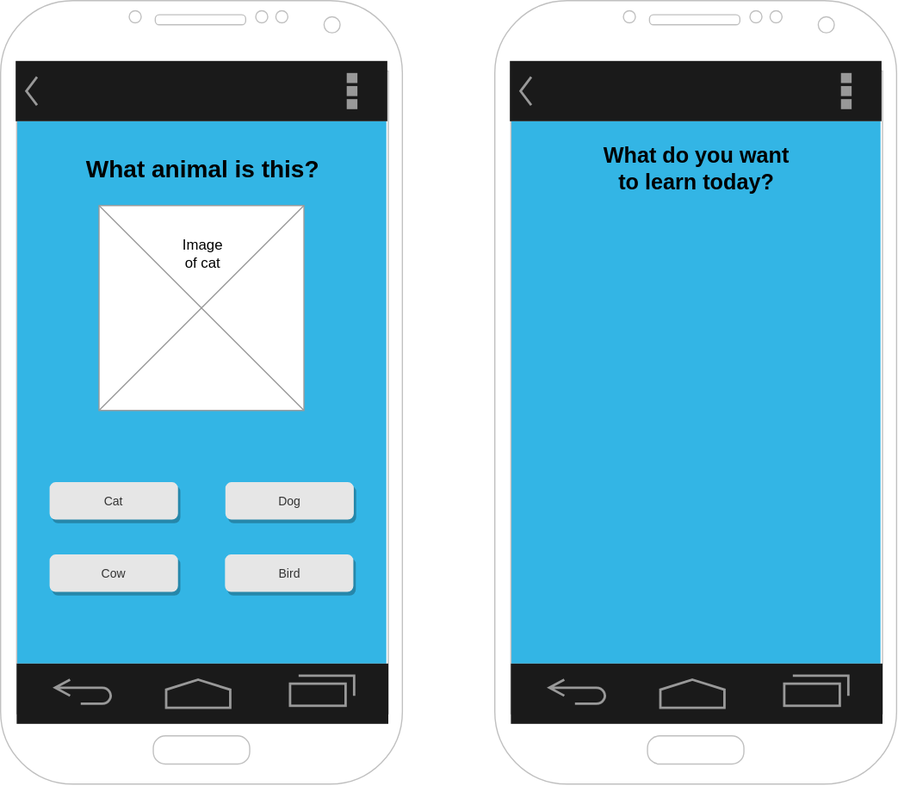
Before: Mock up.svg, a diagram exported from draw.io (Austin-Earl-Private/ChildrenLearningApp). Source tidied: cells renumbered, new cells last; positions are measured from the earlier drawing's top-left corner, leaving out a move shared by most shapes. Its diagram source:
```xml
<mxGraphModel>
  <root>
    <mxCell id="0" />
    <mxCell id="1" parent="0" />
    <mxCell id="2" style="group;" parent="1" vertex="1">
      <mxGeometry width="333.3" height="650" as="geometry" />
    </mxCell>
    <mxCell id="3" style="verticalLabelPosition=bottom;verticalAlign=top;html=1;shadow=0;dashed=0;strokeWidth=1;strokeColor=none;shape=rect;fillColor=#33b5e5;" parent="2" vertex="1">
      <mxGeometry x="12.5" y="100" width="307.5" height="450" as="geometry" />
    </mxCell>
    <mxCell id="4" style="verticalLabelPosition=bottom;verticalAlign=top;html=1;shadow=0;dashed=0;strokeWidth=1;shape=mxgraph.android.phone2;strokeColor=#c0c0c0;" parent="2" vertex="1">
      <mxGeometry width="333.3" height="650" as="geometry" />
    </mxCell>
    <mxCell id="5" style="strokeWidth=1;html=1;shadow=0;dashed=0;shape=mxgraph.android.action_bar;fillColor=#1A1A1A;strokeColor=#c0c0c0;strokeWidth=2;fontColor=#FFFFFF;" parent="2" vertex="1">
      <mxGeometry x="12.5" y="50" width="308.3" height="50" as="geometry" />
    </mxCell>
    <mxCell id="6" style="verticalLabelPosition=bottom;verticalAlign=top;html=1;shadow=0;dashed=0;strokeWidth=2;shape=mxgraph.android.navigation_bar_1;fillColor=#1A1A1A;strokeColor=#999999;" parent="2" vertex="1">
      <mxGeometry x="13.3" y="550" width="308.3" height="50" as="geometry" />
    </mxCell>
    <mxCell id="7" value="Cat" style="rounded=1;html=1;shadow=1;dashed=0;whiteSpace=wrap;fontSize=10;fillColor=#E6E6E6;align=center;strokeColor=#E6E6E6;fontColor=#333333;" parent="2" vertex="1">
      <mxGeometry x="41.2" y="400" width="105.5" height="30" as="geometry" />
    </mxCell>
    <mxCell id="8" style="verticalLabelPosition=bottom;shadow=0;dashed=0;align=center;html=1;verticalAlign=top;strokeWidth=1;shape=mxgraph.mockup.graphics.simpleIcon;strokeColor=#999999;" parent="2" vertex="1">
      <mxGeometry x="81.7" y="170" width="170" height="170" as="geometry" />
    </mxCell>
    <mxCell id="9" value="Image of cat&lt;br&gt;" style="text;html=1;strokeColor=none;fillColor=none;align=center;verticalAlign=middle;whiteSpace=wrap;rounded=0;" parent="2" vertex="1">
      <mxGeometry x="147.5" y="200" width="40" height="20" as="geometry" />
    </mxCell>
    <mxCell id="10" value="&lt;h2&gt;&lt;b&gt;&lt;font style=&quot;font-size: 20px&quot;&gt;What animal is this?&lt;/font&gt;&lt;/b&gt;&lt;/h2&gt;" style="text;html=1;strokeColor=none;fillColor=none;align=center;verticalAlign=middle;whiteSpace=wrap;rounded=0;" parent="2" vertex="1">
      <mxGeometry x="42.5" y="130" width="250" height="20" as="geometry" />
    </mxCell>
    <mxCell id="11" value="Dog" style="rounded=1;html=1;shadow=1;dashed=0;whiteSpace=wrap;fontSize=10;fillColor=#E6E6E6;align=center;strokeColor=#E6E6E6;fontColor=#333333;" parent="2" vertex="1">
      <mxGeometry x="187" y="400" width="105.5" height="30" as="geometry" />
    </mxCell>
    <mxCell id="12" value="Cow" style="rounded=1;html=1;shadow=1;dashed=0;whiteSpace=wrap;fontSize=10;fillColor=#E6E6E6;align=center;strokeColor=#E6E6E6;fontColor=#333333;" parent="2" vertex="1">
      <mxGeometry x="41.2" y="460" width="105.5" height="30" as="geometry" />
    </mxCell>
    <mxCell id="13" value="Bird" style="rounded=1;html=1;shadow=1;dashed=0;whiteSpace=wrap;fontSize=10;fillColor=#E6E6E6;align=center;strokeColor=#E6E6E6;fontColor=#333333;" parent="2" vertex="1">
      <mxGeometry x="186.7" y="460" width="105.5" height="30" as="geometry" />
    </mxCell>
    <mxCell id="14" style="group;" parent="1" vertex="1">
      <mxGeometry x="410" width="333.3" height="650" as="geometry" />
    </mxCell>
    <mxCell id="15" style="verticalLabelPosition=bottom;verticalAlign=top;html=1;shadow=0;dashed=0;strokeWidth=1;strokeColor=none;shape=rect;fillColor=#33b5e5;" parent="14" vertex="1">
      <mxGeometry x="12.5" y="100" width="307.5" height="450" as="geometry" />
    </mxCell>
    <mxCell id="16" style="verticalLabelPosition=bottom;verticalAlign=top;html=1;shadow=0;dashed=0;strokeWidth=1;shape=mxgraph.android.phone2;strokeColor=#c0c0c0;" parent="14" vertex="1">
      <mxGeometry width="333.3" height="650" as="geometry" />
    </mxCell>
    <mxCell id="17" style="strokeWidth=1;html=1;shadow=0;dashed=0;shape=mxgraph.android.action_bar;fillColor=#1A1A1A;strokeColor=#c0c0c0;strokeWidth=2;fontColor=#FFFFFF;" parent="14" vertex="1">
      <mxGeometry x="12.5" y="50" width="308.3" height="50" as="geometry" />
    </mxCell>
    <mxCell id="18" style="verticalLabelPosition=bottom;verticalAlign=top;html=1;shadow=0;dashed=0;strokeWidth=2;shape=mxgraph.android.navigation_bar_1;fillColor=#1A1A1A;strokeColor=#999999;" parent="14" vertex="1">
      <mxGeometry x="13.3" y="550" width="308.3" height="50" as="geometry" />
    </mxCell>
    <mxCell id="19" value="&lt;h2&gt;&lt;b&gt;What do you want to learn today?&lt;/b&gt;&lt;/h2&gt;" style="text;html=1;strokeColor=none;fillColor=none;align=center;verticalAlign=middle;whiteSpace=wrap;rounded=0;shadow=1;" parent="14" vertex="1">
      <mxGeometry x="86.2" y="130" width="162.5" height="20" as="geometry" />
    </mxCell>
  </root>
</mxGraphModel>
```
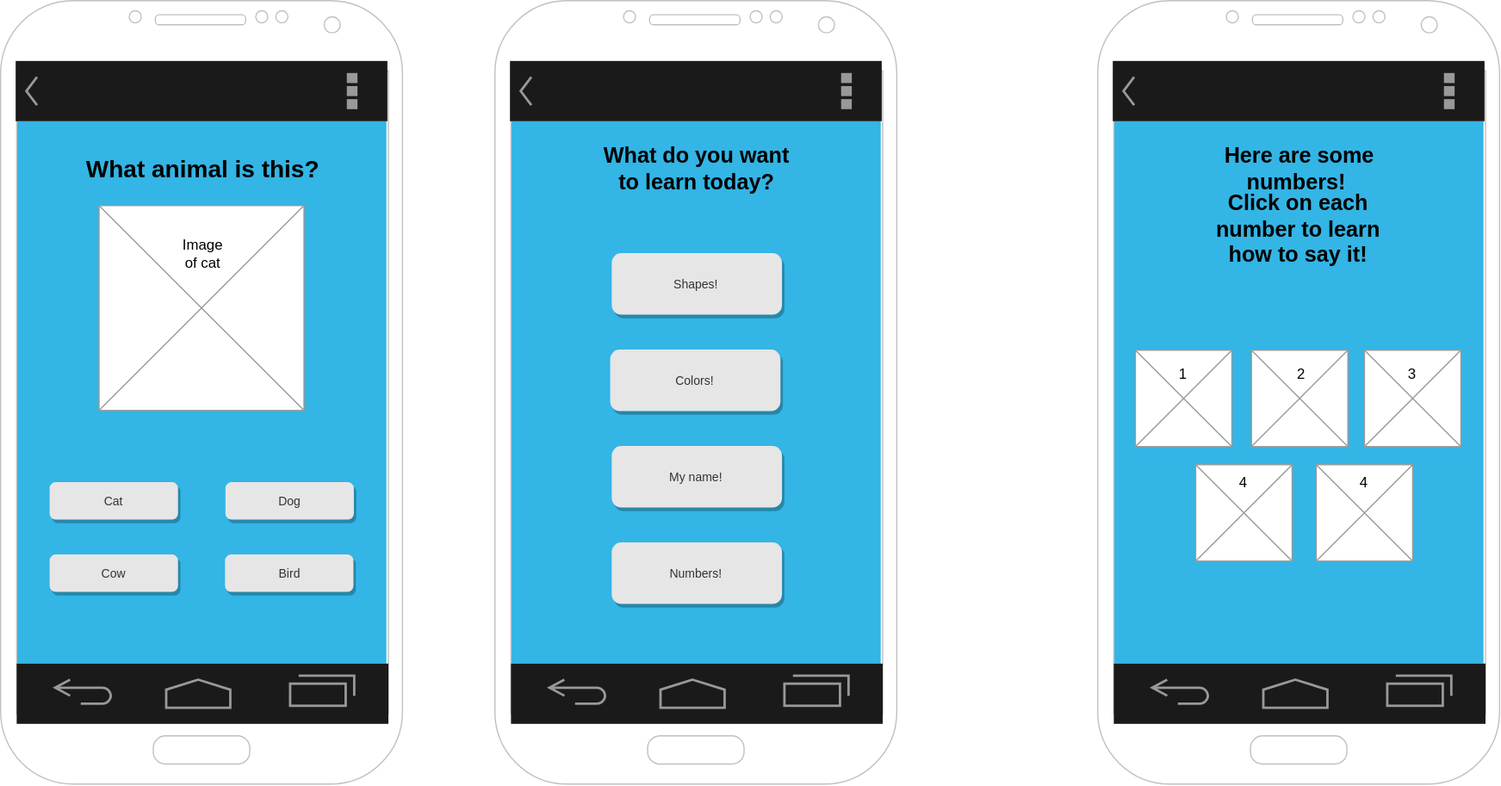
Later version of the same file.

Commit message:
extra mock up

Change to the diagram source:
```diff
@@ -56,5 +56,68 @@
     <mxCell id="19" value="&lt;h2&gt;&lt;b&gt;What do you want to learn today?&lt;/b&gt;&lt;/h2&gt;" style="text;html=1;strokeColor=none;fillColor=none;align=center;verticalAlign=middle;whiteSpace=wrap;rounded=0;shadow=1;" parent="14" vertex="1">
       <mxGeometry x="86.2" y="130" width="162.5" height="20" as="geometry" />
     </mxCell>
+    <mxCell id="20" value="Numbers!" style="rounded=1;html=1;shadow=1;dashed=0;whiteSpace=wrap;fontSize=10;fillColor=#E6E6E6;align=center;strokeColor=#E6E6E6;fontColor=#333333;" parent="14" vertex="1">
+      <mxGeometry x="97.4" y="450" width="140.2" height="50" as="geometry" />
+    </mxCell>
+    <mxCell id="21" value="My name!" style="rounded=1;html=1;shadow=1;dashed=0;whiteSpace=wrap;fontSize=10;fillColor=#E6E6E6;align=center;strokeColor=#E6E6E6;fontColor=#333333;" parent="14" vertex="1">
+      <mxGeometry x="97.4" y="370" width="140.2" height="50" as="geometry" />
+    </mxCell>
+    <mxCell id="22" value="Colors!" style="rounded=1;html=1;shadow=1;dashed=0;whiteSpace=wrap;fontSize=10;fillColor=#E6E6E6;align=center;strokeColor=#E6E6E6;fontColor=#333333;" parent="14" vertex="1">
+      <mxGeometry x="96.1" y="290" width="140.2" height="50" as="geometry" />
+    </mxCell>
+    <mxCell id="23" value="Shapes!" style="rounded=1;html=1;shadow=1;dashed=0;whiteSpace=wrap;fontSize=10;fillColor=#E6E6E6;align=center;strokeColor=#E6E6E6;fontColor=#333333;" parent="14" vertex="1">
+      <mxGeometry x="97.4" y="210" width="140.2" height="50" as="geometry" />
+    </mxCell>
+    <mxCell id="24" style="group;" parent="1" vertex="1">
+      <mxGeometry x="910" width="333.3" height="650" as="geometry" />
+    </mxCell>
+    <mxCell id="25" style="verticalLabelPosition=bottom;verticalAlign=top;html=1;shadow=0;dashed=0;strokeWidth=1;strokeColor=none;shape=rect;fillColor=#33b5e5;" parent="24" vertex="1">
+      <mxGeometry x="12.5" y="100" width="307.5" height="450" as="geometry" />
+    </mxCell>
+    <mxCell id="26" style="verticalLabelPosition=bottom;verticalAlign=top;html=1;shadow=0;dashed=0;strokeWidth=1;shape=mxgraph.android.phone2;strokeColor=#c0c0c0;" parent="24" vertex="1">
+      <mxGeometry width="333.3" height="650" as="geometry" />
+    </mxCell>
+    <mxCell id="27" style="strokeWidth=1;html=1;shadow=0;dashed=0;shape=mxgraph.android.action_bar;fillColor=#1A1A1A;strokeColor=#c0c0c0;strokeWidth=2;fontColor=#FFFFFF;" parent="24" vertex="1">
+      <mxGeometry x="12.5" y="50" width="308.3" height="50" as="geometry" />
+    </mxCell>
+    <mxCell id="28" style="verticalLabelPosition=bottom;verticalAlign=top;html=1;shadow=0;dashed=0;strokeWidth=2;shape=mxgraph.android.navigation_bar_1;fillColor=#1A1A1A;strokeColor=#999999;" parent="24" vertex="1">
+      <mxGeometry x="13.3" y="550" width="308.3" height="50" as="geometry" />
+    </mxCell>
+    <mxCell id="29" value="&lt;h2&gt;&lt;b&gt;Here are some numbers!&amp;nbsp;&lt;/b&gt;&lt;/h2&gt;" style="text;html=1;strokeColor=none;fillColor=none;align=center;verticalAlign=middle;whiteSpace=wrap;rounded=0;shadow=1;" parent="24" vertex="1">
+      <mxGeometry x="86.2" y="130" width="162.5" height="20" as="geometry" />
+    </mxCell>
+    <mxCell id="30" style="verticalLabelPosition=bottom;shadow=0;dashed=0;align=center;html=1;verticalAlign=top;strokeWidth=1;shape=mxgraph.mockup.graphics.simpleIcon;strokeColor=#999999;" parent="24" vertex="1">
+      <mxGeometry x="31.2" y="290" width="80" height="80" as="geometry" />
+    </mxCell>
+    <mxCell id="31" style="verticalLabelPosition=bottom;shadow=0;dashed=0;align=center;html=1;verticalAlign=top;strokeWidth=1;shape=mxgraph.mockup.graphics.simpleIcon;strokeColor=#999999;" parent="24" vertex="1">
+      <mxGeometry x="127.5" y="290" width="80" height="80" as="geometry" />
+    </mxCell>
+    <mxCell id="32" style="verticalLabelPosition=bottom;shadow=0;dashed=0;align=center;html=1;verticalAlign=top;strokeWidth=1;shape=mxgraph.mockup.graphics.simpleIcon;strokeColor=#999999;" parent="24" vertex="1">
+      <mxGeometry x="221.2" y="290" width="80" height="80" as="geometry" />
+    </mxCell>
+    <mxCell id="33" style="verticalLabelPosition=bottom;shadow=0;dashed=0;align=center;html=1;verticalAlign=top;strokeWidth=1;shape=mxgraph.mockup.graphics.simpleIcon;strokeColor=#999999;" parent="24" vertex="1">
+      <mxGeometry x="81.2" y="385" width="80" height="80" as="geometry" />
+    </mxCell>
+    <mxCell id="34" style="verticalLabelPosition=bottom;shadow=0;dashed=0;align=center;html=1;verticalAlign=top;strokeWidth=1;shape=mxgraph.mockup.graphics.simpleIcon;strokeColor=#999999;" parent="24" vertex="1">
+      <mxGeometry x="181.2" y="385" width="80" height="80" as="geometry" />
+    </mxCell>
+    <mxCell id="35" value="1" style="text;html=1;strokeColor=none;fillColor=none;align=center;verticalAlign=middle;whiteSpace=wrap;rounded=0;shadow=1;" parent="24" vertex="1">
+      <mxGeometry x="51.2" y="300" width="40" height="20" as="geometry" />
+    </mxCell>
+    <mxCell id="36" value="2" style="text;html=1;strokeColor=none;fillColor=none;align=center;verticalAlign=middle;whiteSpace=wrap;rounded=0;shadow=1;" parent="24" vertex="1">
+      <mxGeometry x="148.8" y="300" width="40" height="20" as="geometry" />
+    </mxCell>
+    <mxCell id="37" value="3" style="text;html=1;strokeColor=none;fillColor=none;align=center;verticalAlign=middle;whiteSpace=wrap;rounded=0;shadow=1;" parent="24" vertex="1">
+      <mxGeometry x="241.2" y="300" width="40" height="20" as="geometry" />
+    </mxCell>
+    <mxCell id="38" value="4" style="text;html=1;strokeColor=none;fillColor=none;align=center;verticalAlign=middle;whiteSpace=wrap;rounded=0;shadow=1;" parent="24" vertex="1">
+      <mxGeometry x="101.2" y="390" width="40" height="20" as="geometry" />
+    </mxCell>
+    <mxCell id="39" value="4" style="text;html=1;strokeColor=none;fillColor=none;align=center;verticalAlign=middle;whiteSpace=wrap;rounded=0;shadow=1;" parent="24" vertex="1">
+      <mxGeometry x="201.2" y="390" width="40" height="20" as="geometry" />
+    </mxCell>
+    <mxCell id="40" value="&lt;h2&gt;&lt;b&gt;Click on each number to learn how to say it!&lt;/b&gt;&lt;/h2&gt;" style="text;html=1;strokeColor=none;fillColor=none;align=center;verticalAlign=middle;whiteSpace=wrap;rounded=0;shadow=1;" parent="24" vertex="1">
+      <mxGeometry x="85.4" y="180" width="162.5" height="20" as="geometry" />
+    </mxCell>
   </root>
 </mxGraphModel>
```
